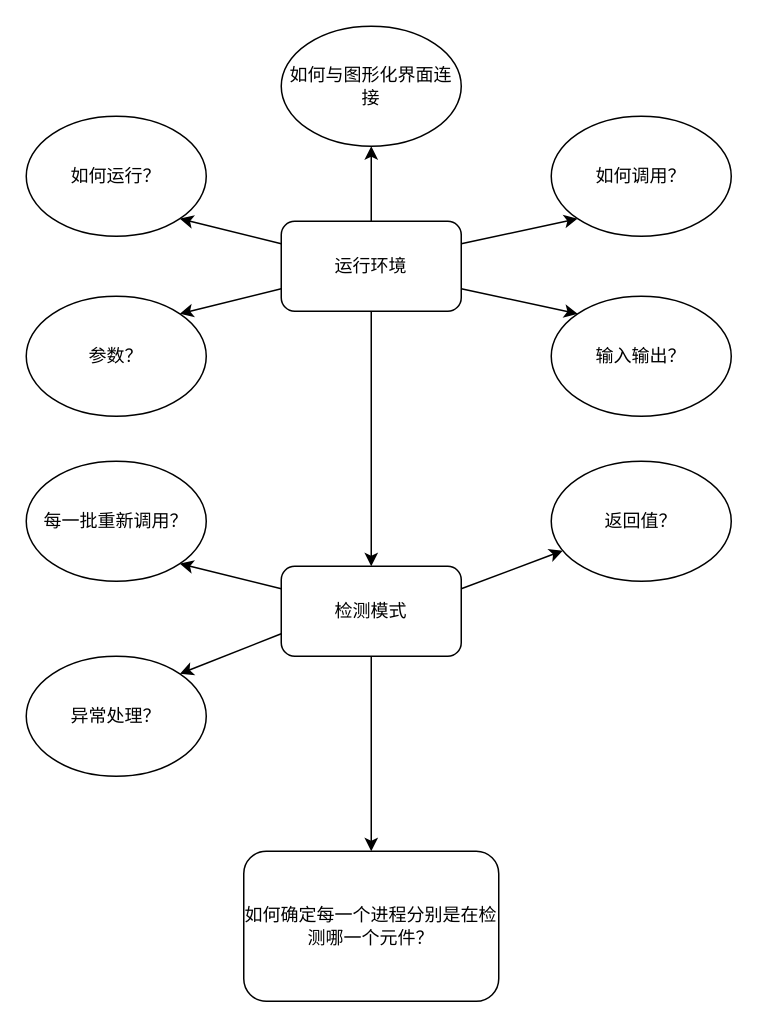
Before: 问题细致分析.drawio in cym9812/automatic-computing-machine, a draw.io diagram. Source tidied: cells renumbered, new cells numbered last; positions are measured from the earlier drawing's top-left corner, leaving out a move shared by most shapes. Both pictures are drawn from the tidied source at 150%, with x=0, y=0 at pixel (26, 26).
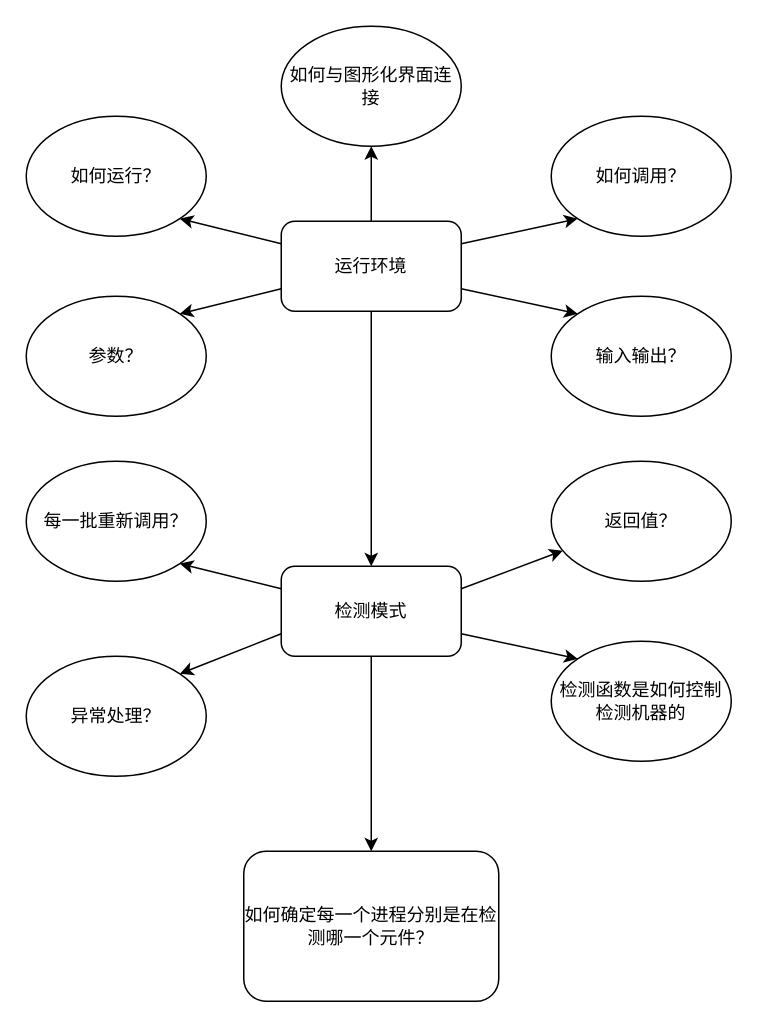
Above is the later version.

Commit message:
Update 问题细致分析.drawio

Unchanged cells that the change refers to:
```xml
<mxCell id="17" value="检测模式" style="rounded=1;whiteSpace=wrap;html=1;" parent="1" vertex="1">
  <mxGeometry x="170" y="360" width="120" height="60" as="geometry" />
</mxCell>
```

The edit, as a diff of the source:
```diff
@@
+    <mxCell id="23" style="rounded=0;jettySize=auto;html=1;exitX=1;exitY=0.75;exitDx=0;exitDy=0;entryX=0;entryY=0;entryDx=0;entryDy=0;" parent="1" edge="1" source="17" target="24">
+      <mxGeometry relative="1" as="geometry" />
+    </mxCell>
@@
+    <mxCell id="24" value="检测函数是如何控制检测机器的" style="ellipse;whiteSpace=wrap;html=1;" parent="1" vertex="1">
+      <mxGeometry x="350" y="410" width="120" height="80" as="geometry" />
+    </mxCell>
```
